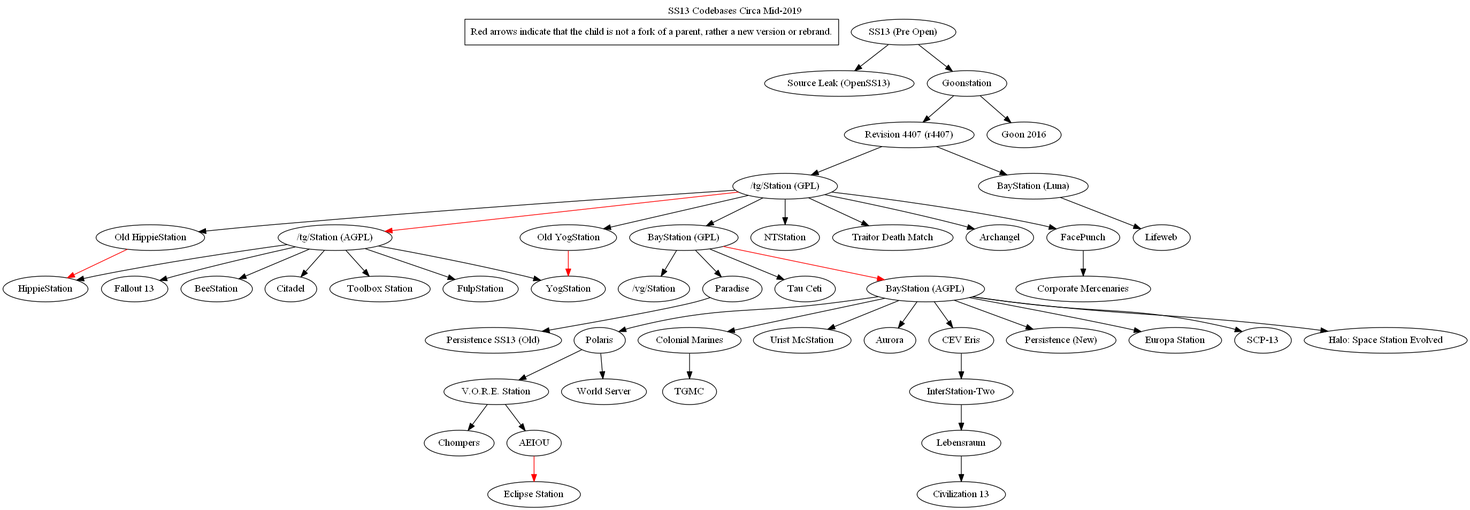
Before: tree.png, a diagram exported from Graphviz (spacestation13/SS13-Codebases). Its source is kept beside it as tree.dot.
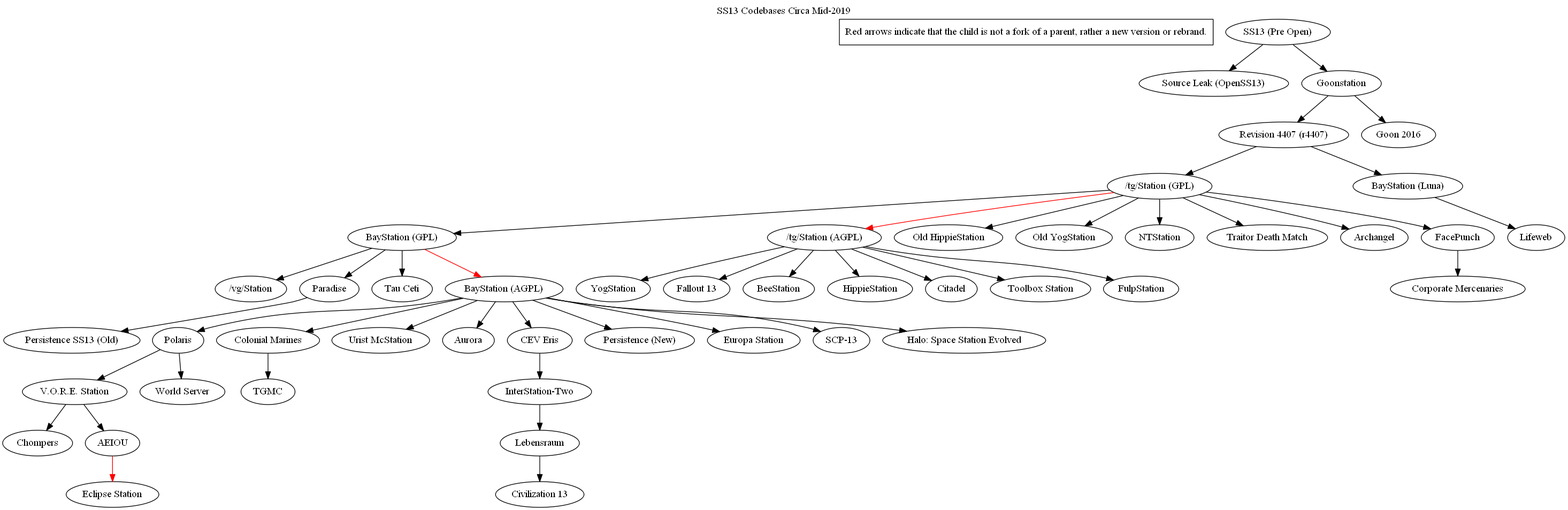
After the commit.

What changed in the source:
```diff
@@ -11,6 +11,11 @@
 	"Revision 4407 (r4407)" -> "/tg/Station (GPL)"
 	"Revision 4407 (r4407)" -> "BayStation (Luna)"
 	"BayStation (Luna)" -> "Lifeweb"
+	"BayStation (GPL)" -> "/vg/Station"
+	"BayStation (GPL)" -> "Paradise"
+	"BayStation (GPL)" -> "Tau Ceti"
+	"BayStation (GPL)" -> "BayStation (AGPL)"  [color=red]
+	"Paradise" -> "Persistence SS13 (Old)"
 	"/tg/Station (GPL)" -> "/tg/Station (AGPL)" [color=red]
 	"/tg/Station (GPL)" -> "BayStation (GPL)"
 	"/tg/Station (GPL)" -> "Old HippieStation"
@@ -20,13 +25,6 @@
 	"/tg/Station (GPL)" -> "Archangel"
 	"/tg/Station (GPL)" -> "FacePunch"
 	"FacePunch" -> "Corporate Mercenaries"
-	"Old YogStation" -> "YogStation" [color=red]
-	"Old HippieStation" -> "HippieStation" [color=red]
-	"BayStation (GPL)" -> "/vg/Station"
-	"BayStation (GPL)" -> "Paradise"
-	"BayStation (GPL)" -> "Tau Ceti"
-	"BayStation (GPL)" -> "BayStation (AGPL)"  [color=red]
-	"Paradise" -> "Persistence SS13 (Old)"
 	"/tg/Station (AGPL)" -> "YogStation"
 	"/tg/Station (AGPL)" -> "Fallout 13"
 	"/tg/Station (AGPL)" -> "BeeStation"
```
